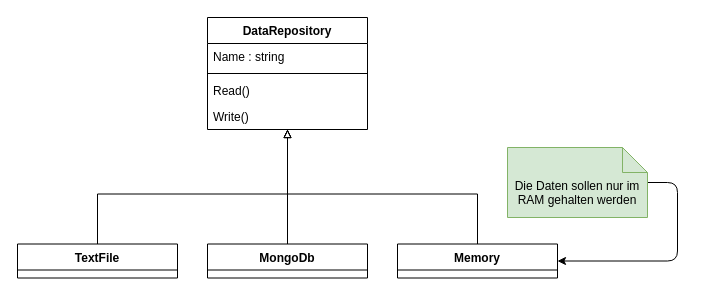
Above: page "Shapes" (6 of 6) of src/20201119/Anforderungen_Diagramme.drawio in atillakati/sw_developer_2020_Atilla (draw.io), before the change. Source tidied: cells renumbered, new cells numbered last; positions are measured from the earlier drawing's top-left corner, leaving out a move shared by most shapes. Both pictures are drawn from the tidied source at 100%, with x=0, y=0 at pixel (17, 17).
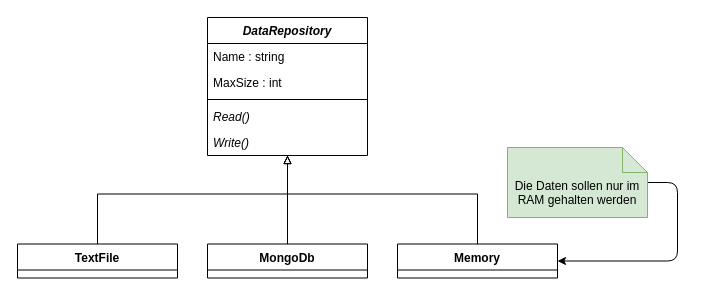
After the change.

The edit, as a diff of the source:
```diff
@@
 <mxGraphModel>
   <root>
     <mxCell id="0" />
     <mxCell id="1" parent="0" />
-    <mxCell id="2" value="DataRepository" style="swimlane;fontStyle=1;align=center;verticalAlign=top;horizontal=1;startSize=26;" parent="1" vertex="1">
-      <mxGeometry x="190" width="160" height="112" as="geometry" />
+    <mxCell id="2" value="DataRepository" style="swimlane;fontStyle=3;align=center;verticalAlign=top;horizontal=1;startSize=26;" parent="1" vertex="1">
+      <mxGeometry x="190" width="160" height="138" as="geometry" />
     </mxCell>
     <mxCell id="3" value="Name : string" style="text;strokeColor=none;fillColor=none;align=left;verticalAlign=top;spacingLeft=4;spacingRight=4;overflow=hidden;" parent="2" vertex="1">
       <mxGeometry y="26" width="160" height="26" as="geometry" />
     </mxCell>
+    <mxCell id="15" value="MaxSize : int" style="text;strokeColor=none;fillColor=none;align=left;verticalAlign=top;spacingLeft=4;spacingRight=4;overflow=hidden;" parent="2" vertex="1">
+      <mxGeometry y="52" width="160" height="26" as="geometry" />
+    </mxCell>
     <mxCell id="4" style="line;strokeWidth=1;fillColor=none;align=left;verticalAlign=middle;spacingTop=-1;spacingLeft=3;spacingRight=3;labelPosition=right;" parent="2" vertex="1">
-      <mxGeometry y="52" width="160" height="8" as="geometry" />
+      <mxGeometry y="78" width="160" height="8" as="geometry" />
     </mxCell>
-    <mxCell id="5" value="Read()" style="text;strokeColor=none;fillColor=none;align=left;verticalAlign=top;spacingLeft=4;spacingRight=4;overflow=hidden;" parent="2" vertex="1">
-      <mxGeometry y="60" width="160" height="26" as="geometry" />
+    <mxCell id="5" value="Read()" style="text;strokeColor=none;fillColor=none;align=left;verticalAlign=top;spacingLeft=4;spacingRight=4;overflow=hidden;fontStyle=2;" parent="2" vertex="1">
+      <mxGeometry y="86" width="160" height="26" as="geometry" />
     </mxCell>
-    <mxCell id="6" value="Write()" style="text;strokeColor=none;fillColor=none;align=left;verticalAlign=top;spacingLeft=4;spacingRight=4;overflow=hidden;" parent="2" vertex="1">
-      <mxGeometry y="86" width="160" height="26" as="geometry" />
+    <mxCell id="6" value="Write()" style="text;strokeColor=none;fillColor=none;align=left;verticalAlign=top;spacingLeft=4;spacingRight=4;overflow=hidden;fontStyle=2;" parent="2" vertex="1">
+      <mxGeometry y="112" width="160" height="26" as="geometry" />
     </mxCell>
     <mxCell id="7" style="edgeStyle=orthogonalEdgeStyle;rounded=0;jettySize=auto;html=1;endArrow=block;endFill=0;" parent="1" edge="1" source="8" target="2">
       <mxGeometry relative="1" as="geometry">
         <Array as="points">
           <mxPoint x="80" y="176.5" />
           <mxPoint x="270" y="176.5" />
         </Array>
       </mxGeometry>
     </mxCell>
     <mxCell id="8" value="TextFile" style="swimlane;fontStyle=1;align=center;verticalAlign=top;horizontal=1;startSize=26;" parent="1" vertex="1">
       <mxGeometry y="226.5" width="160" height="34" as="geometry" />
     </mxCell>
     <mxCell id="9" style="edgeStyle=orthogonalEdgeStyle;rounded=0;jettySize=auto;html=1;endArrow=block;endFill=0;" parent="1" edge="1" source="10" target="2">
       <mxGeometry relative="1" as="geometry" />
     </mxCell>
     <mxCell id="10" value="MongoDb" style="swimlane;fontStyle=1;align=center;verticalAlign=top;horizontal=1;startSize=26;" parent="1" vertex="1">
       <mxGeometry x="190" y="226.5" width="160" height="34" as="geometry" />
     </mxCell>
     <mxCell id="11" style="edgeStyle=orthogonalEdgeStyle;rounded=0;jettySize=auto;html=1;endArrow=block;endFill=0;" parent="1" edge="1" source="12" target="2">
       <mxGeometry relative="1" as="geometry">
         <Array as="points">
           <mxPoint x="460" y="176.5" />
           <mxPoint x="270" y="176.5" />
         </Array>
       </mxGeometry>
     </mxCell>
     <mxCell id="12" value="Memory" style="swimlane;fontStyle=1;align=center;verticalAlign=top;horizontal=1;startSize=26;" parent="1" vertex="1">
       <mxGeometry x="380" y="226.5" width="160" height="34" as="geometry" />
     </mxCell>
     <mxCell id="13" style="edgeStyle=entityRelationEdgeStyle;rounded=1;jettySize=auto;html=1;endArrow=classic;endFill=1;" parent="1" edge="1" source="14" target="12">
       <mxGeometry relative="1" as="geometry" />
     </mxCell>
     <mxCell id="14" value="Die Daten sollen nur im RAM gehalten werden" style="shape=note2;boundedLbl=1;whiteSpace=wrap;html=1;size=25;verticalAlign=top;align=center;fillColor=#d5e8d4;strokeColor=#82b366;" parent="1" vertex="1">
       <mxGeometry x="490" y="130" width="140" height="70" as="geometry" />
     </mxCell>
   </root>
 </mxGraphModel>
```
